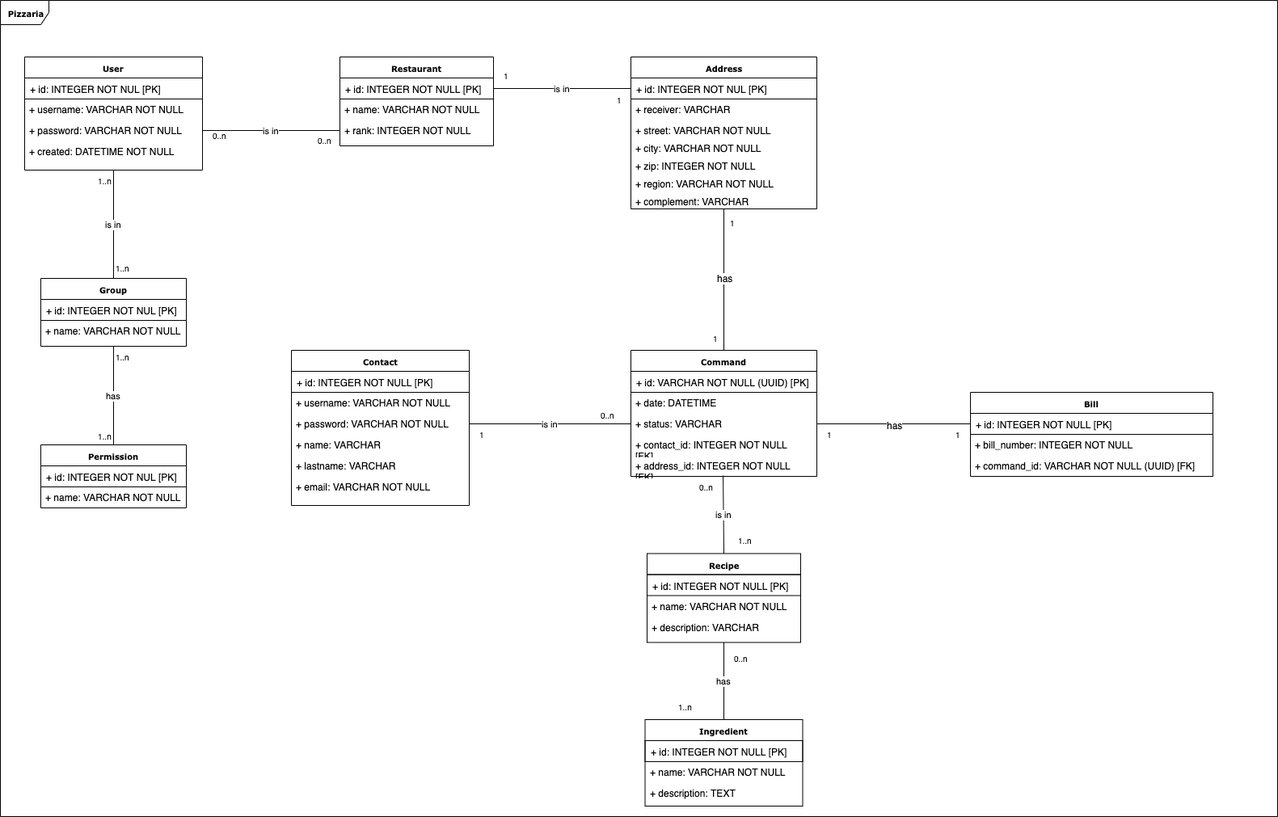
This is docs/class diagram/class diagram pizzeria.png from ritchy7/cosotespi, a draw.io export, as it was before one commit. Source tidied: cells renumbered, new cells last; positions are measured from the earlier drawing's top-left corner, leaving out a move shared by most shapes.
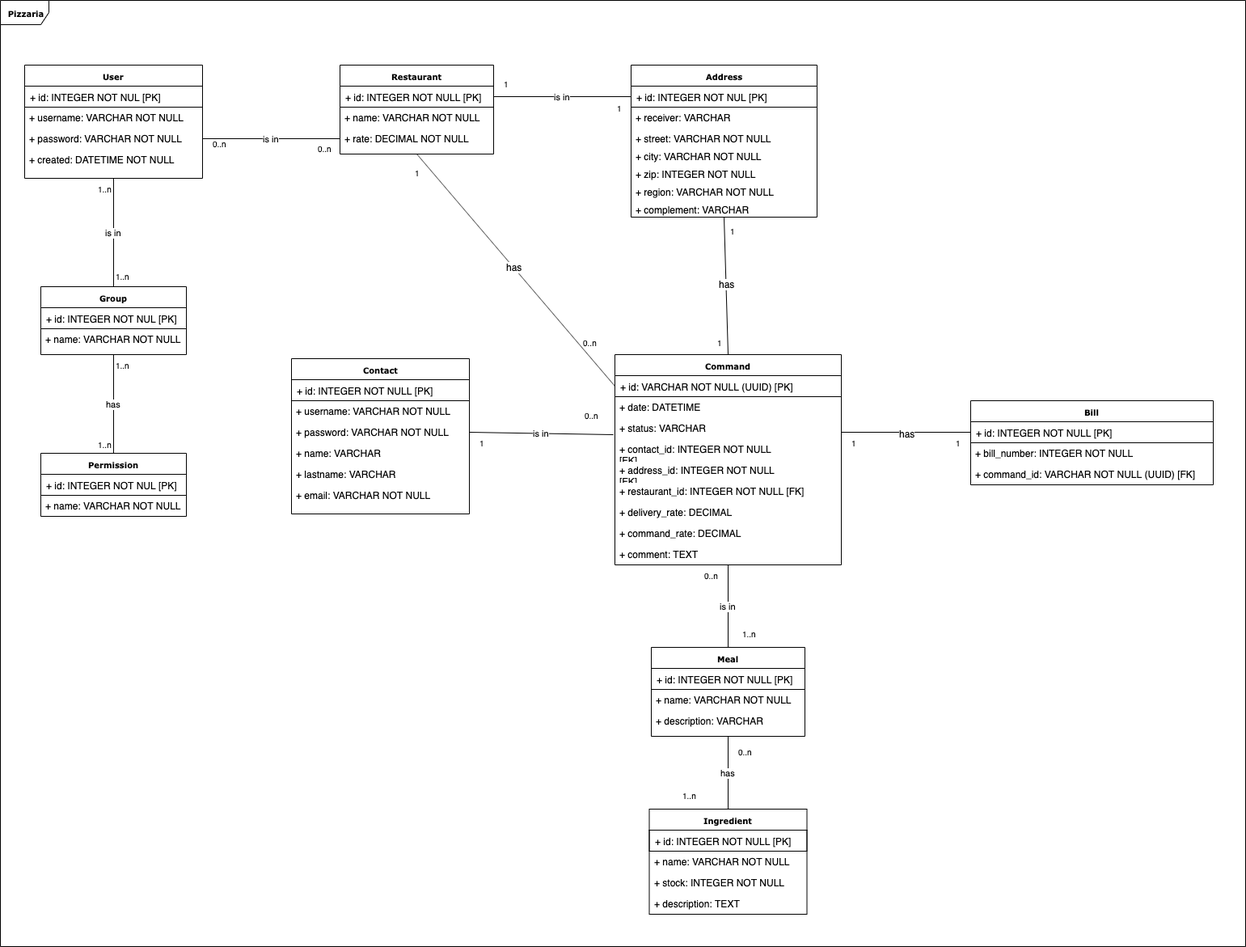
The same file after the commit.

Commit message:
add stock to ingredient

The edit, as a diff of the source:
```diff
@@ -3,28 +3,40 @@
     <mxCell id="0" />
     <mxCell id="1" parent="0" />
     <mxCell id="2" value="&lt;b&gt;Pizzaria&lt;/b&gt;" style="shape=umlFrame;whiteSpace=wrap;html=1;rounded=0;shadow=0;comic=0;labelBackgroundColor=none;strokeColor=#000000;strokeWidth=1;fillColor=#ffffff;fontFamily=Verdana;fontSize=10;fontColor=#000000;align=center;" parent="1" vertex="1">
-      <mxGeometry width="1580" height="1010" as="geometry" />
+      <mxGeometry y="-10" width="1540" height="1170" as="geometry" />
     </mxCell>
     <mxCell id="3" value="&lt;b&gt;Command&lt;/b&gt;" style="swimlane;html=1;fontStyle=0;horizontal=1;startSize=26;fillColor=none;swimlaneFillColor=#ffffff;rounded=0;shadow=0;comic=0;labelBackgroundColor=none;strokeColor=#000000;strokeWidth=1;fontFamily=Verdana;fontSize=10;fontColor=#000000;align=center;" parent="1" vertex="1">
-      <mxGeometry x="780" y="433" width="230" height="156" as="geometry" />
+      <mxGeometry x="760" y="428" width="280" height="260" as="geometry" />
     </mxCell>
     <mxCell id="4" value="+ id: VARCHAR NOT NULL (UUID) [PK]" style="text;html=1;strokeColor=#000000;fillColor=none;align=left;verticalAlign=top;spacingLeft=4;spacingRight=4;whiteSpace=wrap;overflow=hidden;points=[[0,0.5],[1,0.5]];portConstraint=eastwest;" parent="3" vertex="1">
-      <mxGeometry y="26" width="230" height="26" as="geometry" />
+      <mxGeometry y="26" width="280" height="26" as="geometry" />
     </mxCell>
     <mxCell id="5" value="+ date: DATETIME" style="text;html=1;strokeColor=none;fillColor=none;align=left;verticalAlign=top;spacingLeft=4;spacingRight=4;whiteSpace=wrap;overflow=hidden;" parent="3" vertex="1">
-      <mxGeometry y="52" width="230" height="26" as="geometry" />
+      <mxGeometry y="52" width="280" height="26" as="geometry" />
     </mxCell>
     <mxCell id="6" value="+ status: VARCHAR" style="text;html=1;strokeColor=none;fillColor=none;align=left;verticalAlign=top;spacingLeft=4;spacingRight=4;whiteSpace=wrap;overflow=hidden;points=[[0,0.5],[1,0.5]];portConstraint=eastwest;" parent="3" vertex="1">
-      <mxGeometry y="78" width="230" height="26" as="geometry" />
+      <mxGeometry y="78" width="280" height="26" as="geometry" />
     </mxCell>
     <mxCell id="7" value="+ contact_id: INTEGER NOT NULL [FK]" style="text;html=1;strokeColor=none;fillColor=none;align=left;verticalAlign=top;spacingLeft=4;spacingRight=4;whiteSpace=wrap;overflow=hidden;" parent="3" vertex="1">
-      <mxGeometry y="104" width="230" height="26" as="geometry" />
+      <mxGeometry y="104" width="280" height="26" as="geometry" />
     </mxCell>
     <mxCell id="8" value="+ address_id: INTEGER NOT NULL [FK]" style="text;html=1;strokeColor=none;fillColor=none;align=left;verticalAlign=top;spacingLeft=4;spacingRight=4;whiteSpace=wrap;overflow=hidden;points=[[0,0.5],[1,0.5]];portConstraint=eastwest;" parent="3" vertex="1">
-      <mxGeometry y="130" width="230" height="26" as="geometry" />
+      <mxGeometry y="130" width="280" height="26" as="geometry" />
     </mxCell>
+    <mxCell id="80" value="+ restaurant_id: INTEGER NOT NULL [FK]" style="text;html=1;strokeColor=none;fillColor=none;align=left;verticalAlign=top;spacingLeft=4;spacingRight=4;whiteSpace=wrap;overflow=hidden;" parent="3" vertex="1">
+      <mxGeometry y="156" width="280" height="26" as="geometry" />
+    </mxCell>
+    <mxCell id="81" value="+ delivery_rate: DECIMAL" style="text;html=1;strokeColor=none;fillColor=none;align=left;verticalAlign=top;spacingLeft=4;spacingRight=4;whiteSpace=wrap;overflow=hidden;" parent="3" vertex="1">
+      <mxGeometry y="182" width="280" height="26" as="geometry" />
+    </mxCell>
+    <mxCell id="82" value="+ command_rate: DECIMAL" style="text;html=1;strokeColor=none;fillColor=none;align=left;verticalAlign=top;spacingLeft=4;spacingRight=4;whiteSpace=wrap;overflow=hidden;" parent="3" vertex="1">
+      <mxGeometry y="208" width="280" height="26" as="geometry" />
+    </mxCell>
+    <mxCell id="83" value="+ comment: TEXT" style="text;html=1;strokeColor=none;fillColor=none;align=left;verticalAlign=top;spacingLeft=4;spacingRight=4;whiteSpace=wrap;overflow=hidden;" parent="3" vertex="1">
+      <mxGeometry y="234" width="280" height="26" as="geometry" />
+    </mxCell>
-    <mxCell id="9" value="&lt;b&gt;Recipe&lt;/b&gt;" style="swimlane;html=1;fontStyle=0;horizontal=1;startSize=26;fillColor=none;swimlaneFillColor=#ffffff;rounded=0;shadow=0;comic=0;labelBackgroundColor=none;strokeColor=#000000;strokeWidth=1;fontFamily=Verdana;fontSize=10;fontColor=#000000;align=center;" parent="1" vertex="1">
-      <mxGeometry x="800" y="684.5" width="190" height="110" as="geometry" />
+    <mxCell id="9" value="&lt;b&gt;Meal&lt;/b&gt;" style="swimlane;html=1;fontStyle=0;horizontal=1;startSize=26;fillColor=none;swimlaneFillColor=#ffffff;rounded=0;shadow=0;comic=0;labelBackgroundColor=none;strokeColor=#000000;strokeWidth=1;fontFamily=Verdana;fontSize=10;fontColor=#000000;align=center;" parent="1" vertex="1">
+      <mxGeometry x="805" y="790" width="190" height="110" as="geometry" />
     </mxCell>
     <mxCell id="10" value="+ id: INTEGER NOT NULL [PK]" style="text;html=1;strokeColor=#000000;fillColor=none;align=left;verticalAlign=top;spacingLeft=4;spacingRight=4;whiteSpace=wrap;overflow=hidden;" parent="9" vertex="1">
       <mxGeometry y="26" width="190" height="26" as="geometry" />
@@ -57,7 +69,7 @@
       <mxGeometry y="156" width="220" height="26" as="geometry" />
     </mxCell>
     <mxCell id="20" value="&lt;b&gt;Ingredient&lt;/b&gt;" style="swimlane;html=1;fontStyle=0;horizontal=1;startSize=26;fillColor=none;swimlaneFillColor=#ffffff;rounded=0;shadow=0;comic=0;labelBackgroundColor=none;strokeColor=#000000;strokeWidth=1;fontFamily=Verdana;fontSize=10;fontColor=#000000;align=center;" parent="1" vertex="1">
-      <mxGeometry x="797.5" y="890" width="195" height="107" as="geometry" />
+      <mxGeometry x="802.5" y="990" width="195" height="130" as="geometry" />
     </mxCell>
     <mxCell id="21" value="+ id: INTEGER NOT NULL [PK]" style="text;html=1;strokeColor=#000000;fillColor=none;align=left;verticalAlign=top;spacingLeft=4;spacingRight=4;whiteSpace=wrap;overflow=hidden;" parent="20" vertex="1">
       <mxGeometry y="26" width="195" height="26" as="geometry" />
@@ -65,8 +77,11 @@
     <mxCell id="22" value="+ name: VARCHAR NOT NULL" style="text;html=1;strokeColor=none;fillColor=none;align=left;verticalAlign=top;spacingLeft=4;spacingRight=4;whiteSpace=wrap;overflow=hidden;" parent="20" vertex="1">
       <mxGeometry y="52" width="195" height="26" as="geometry" />
     </mxCell>
+    <mxCell id="84" value="+ stock: INTEGER NOT NULL" style="text;html=1;strokeColor=none;fillColor=none;align=left;verticalAlign=top;spacingLeft=4;spacingRight=4;whiteSpace=wrap;overflow=hidden;" parent="20" vertex="1">
+      <mxGeometry y="78" width="195" height="26" as="geometry" />
+    </mxCell>
     <mxCell id="23" value="+ description: TEXT" style="text;html=1;strokeColor=none;fillColor=none;align=left;verticalAlign=top;spacingLeft=4;spacingRight=4;whiteSpace=wrap;overflow=hidden;" parent="20" vertex="1">
-      <mxGeometry y="78" width="195" height="26" as="geometry" />
+      <mxGeometry y="104" width="195" height="26" as="geometry" />
     </mxCell>
     <mxCell id="24" value="&lt;b&gt;User&lt;/b&gt;" style="swimlane;html=1;fontStyle=0;horizontal=1;startSize=26;fillColor=none;swimlaneFillColor=#ffffff;rounded=0;shadow=0;comic=0;labelBackgroundColor=none;strokeColor=#000000;strokeWidth=1;fontFamily=Verdana;fontSize=10;fontColor=#000000;align=center;" parent="1" vertex="1">
       <mxGeometry x="30" y="70" width="220" height="140" as="geometry" />
@@ -159,7 +174,7 @@
         <mxPoint y="-24" as="offset" />
       </mxGeometry>
     </mxCell>
-    <mxCell id="53" value="is in" style="endArrow=none;html=1;endSize=12;startArrow=none;startSize=14;startFill=0;endFill=0;exitX=1;exitY=0.5;exitDx=0;exitDy=0;entryX=0;entryY=0.5;entryDx=0;entryDy=0;" parent="1" edge="1" source="16" target="6">
+    <mxCell id="53" value="is in" style="endArrow=none;html=1;endSize=12;startArrow=none;startSize=14;startFill=0;endFill=0;exitX=1;exitY=0.5;exitDx=0;exitDy=0;entryX=-0.007;entryY=0.808;entryDx=0;entryDy=0;entryPerimeter=0;" parent="1" edge="1" source="16" target="6">
       <mxGeometry relative="1" as="geometry" />
     </mxCell>
     <mxCell id="54" value="1" style="html=1;align=left;verticalAlign=top;labelBackgroundColor=#ffffff;fontSize=10;" parent="53" vertex="1">
@@ -169,7 +184,7 @@
     </mxCell>
     <mxCell id="55" value="0..n" style="html=1;align=left;verticalAlign=top;labelBackgroundColor=#ffffff;fontSize=10;" parent="53" vertex="1">
       <mxGeometry x="-1" relative="1" as="geometry">
-        <mxPoint x="160" y="-24" as="offset" />
+        <mxPoint x="140" y="-34" as="offset" />
       </mxGeometry>
     </mxCell>
     <mxCell id="56" style="endArrow=none;html=1;endSize=12;startArrow=none;startSize=14;startFill=0;endFill=0;exitX=0.5;exitY=1;exitDx=0;exitDy=0;entryX=0.5;entryY=0;entryDx=0;entryDy=0;" parent="1" edge="1" source="35" target="3">
@@ -188,7 +203,7 @@
     <mxCell id="59" value="has" style="text;html=1;align=center;verticalAlign=middle;labelBackgroundColor=#ffffff;" parent="56" vertex="1">
       <mxGeometry x="-0.02" y="1" relative="1" as="geometry" />
     </mxCell>
-    <mxCell id="60" value="is in" style="endArrow=none;html=1;endSize=12;startArrow=none;startSize=14;startFill=0;endFill=0;exitX=0.5;exitY=0;exitDx=0;exitDy=0;entryX=0.496;entryY=0.962;entryDx=0;entryDy=0;entryPerimeter=0;" parent="1" edge="1" source="9" target="8">
+    <mxCell id="60" value="is in" style="endArrow=none;html=1;endSize=12;startArrow=none;startSize=14;startFill=0;endFill=0;exitX=0.5;exitY=0;exitDx=0;exitDy=0;entryX=0.5;entryY=1;entryDx=0;entryDy=0;" parent="1" edge="1" source="9" target="3">
       <mxGeometry relative="1" as="geometry" />
     </mxCell>
     <mxCell id="61" value="1..n" style="html=1;align=left;verticalAlign=top;labelBackgroundColor=#ffffff;fontSize=10;" parent="60" vertex="1">
@@ -214,8 +229,10 @@
         <mxPoint x="-37.5" y="-30" as="offset" />
       </mxGeometry>
     </mxCell>
-    <mxCell id="66" style="endArrow=none;html=1;endSize=12;startArrow=none;startSize=14;startFill=0;endFill=0;exitX=1;exitY=0.5;exitDx=0;exitDy=0;entryX=0;entryY=0.5;entryDx=0;entryDy=0;" parent="1" edge="1" source="6" target="44">
-      <mxGeometry relative="1" as="geometry" />
+    <mxCell id="66" style="endArrow=none;html=1;endSize=12;startArrow=none;startSize=14;startFill=0;endFill=0;entryX=0;entryY=0.5;entryDx=0;entryDy=0;" parent="1" edge="1" target="44">
+      <mxGeometry relative="1" as="geometry">
+        <mxPoint x="1040" y="524" as="sourcePoint" />
+      </mxGeometry>
     </mxCell>
     <mxCell id="67" value="1" style="html=1;align=left;verticalAlign=top;labelBackgroundColor=#ffffff;fontSize=10;" parent="66" vertex="1">
       <mxGeometry x="-1" relative="1" as="geometry">
@@ -252,7 +269,7 @@
     <mxCell id="75" value="+ name: VARCHAR NOT NULL" style="text;html=1;strokeColor=none;fillColor=none;align=left;verticalAlign=top;spacingLeft=4;spacingRight=4;whiteSpace=wrap;overflow=hidden;" parent="73" vertex="1">
       <mxGeometry y="52" width="190" height="26" as="geometry" />
     </mxCell>
-    <mxCell id="76" value="+ rank: INTEGER NOT NULL" style="text;html=1;strokeColor=none;fillColor=none;align=left;verticalAlign=top;spacingLeft=4;spacingRight=4;whiteSpace=wrap;overflow=hidden;points=[[0,0.5],[1,0.5]];portConstraint=eastwest;" parent="73" vertex="1">
+    <mxCell id="76" value="+ rate: DECIMAL NOT NULL" style="text;html=1;strokeColor=none;fillColor=none;align=left;verticalAlign=top;spacingLeft=4;spacingRight=4;whiteSpace=wrap;overflow=hidden;points=[[0,0.5],[1,0.5]];portConstraint=eastwest;" parent="73" vertex="1">
       <mxGeometry y="78" width="190" height="26" as="geometry" />
     </mxCell>
     <mxCell id="77" value="is in" style="endArrow=none;html=1;endSize=12;startArrow=none;startSize=14;startFill=0;endFill=0;exitX=0;exitY=0.5;exitDx=0;exitDy=0;entryX=1;entryY=0.5;entryDx=0;entryDy=0;" parent="1" edge="1" source="36" target="74">
@@ -268,5 +285,21 @@
         <mxPoint x="-160" y="-29" as="offset" />
       </mxGeometry>
     </mxCell>
+    <mxCell id="85" style="endArrow=none;html=1;endSize=12;startArrow=none;startSize=14;startFill=0;endFill=0;exitX=0.5;exitY=1;exitDx=0;exitDy=0;entryX=0;entryY=0.5;entryDx=0;entryDy=0;" parent="1" edge="1" source="73" target="4">
+      <mxGeometry relative="1" as="geometry" />
+    </mxCell>
+    <mxCell id="86" value="1" style="html=1;align=left;verticalAlign=top;labelBackgroundColor=#ffffff;fontSize=10;" parent="85" vertex="1">
+      <mxGeometry x="-1" relative="1" as="geometry">
+        <mxPoint x="-5" y="10" as="offset" />
+      </mxGeometry>
+    </mxCell>
+    <mxCell id="87" value="0..n" style="html=1;align=right;verticalAlign=top;labelBackgroundColor=#ffffff;fontSize=10;" parent="85" vertex="1">
+      <mxGeometry x="1" relative="1" as="geometry">
+        <mxPoint x="-20" y="-66.5" as="offset" />
+      </mxGeometry>
+    </mxCell>
+    <mxCell id="88" value="has" style="text;html=1;align=center;verticalAlign=middle;labelBackgroundColor=#ffffff;" parent="85" vertex="1">
+      <mxGeometry x="-0.02" y="1" relative="1" as="geometry" />
+    </mxCell>
   </root>
 </mxGraphModel>
```
